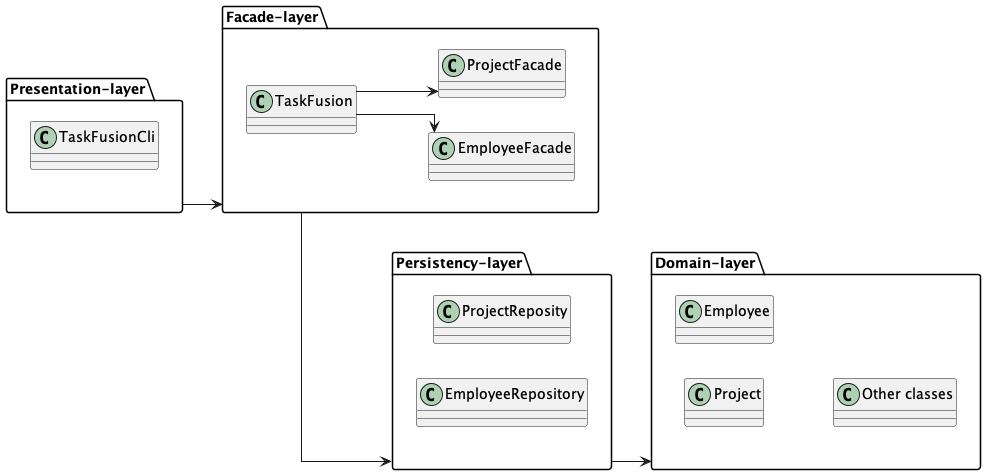
Before: TaskFusion/out/assets/diagrams/class_persistency_layer/ClassDiagram.png, a diagram exported from PlantUML (rwiuff/02161ExamProject).
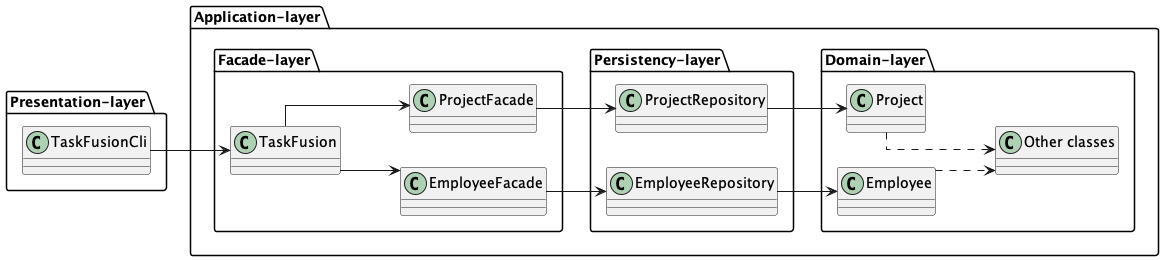
The same file after the commit.

What changed in the source:
```diff
@@ -8,29 +8,40 @@
     class TaskFusionCli
 }
 
-package "Facade-layer" as FacadeLayer {
-    class TaskFusion
-    class EmployeeFacade
-    class ProjectFacade
-    TaskFusion --> EmployeeFacade
-    TaskFusion --> ProjectFacade
+package "Application-layer" {
+
+
+
+    package "Facade-layer" as FacadeLayer {
+        class TaskFusion
+        class EmployeeFacade
+        class ProjectFacade
+        TaskFusion --> EmployeeFacade
+        TaskFusion --> ProjectFacade
+    }
+
+
+    package "Persistency-layer" as PersistencyLayer {
+        class ProjectRepository
+        class EmployeeRepository
+    }
+
+    package "Domain-layer" as DomainLayer {
+        class Project
+        class Employee
+        class "Other classes" as other
+    }
 }
 
+TaskFusionCli --> TaskFusion
+EmployeeFacade --> EmployeeRepository
+EmployeeRepository --> Employee
+ProjectFacade --> ProjectRepository
+ProjectRepository --> Project
 
-package "Persistency-layer" as PersistencyLayer {
-    class ProjectReposity
-    class EmployeeRepository
-}
+Employee ..> other
+Project ..> other
 
-package "Domain-layer" as DomainLayer {
-    class Project
-    class Employee
-    class "Other classes"
-}
-
-PresentationLayer --> FacadeLayer
-FacadeLayer --> PersistencyLayer
-PersistencyLayer --> DomainLayer
 
 
 @enduml
```
